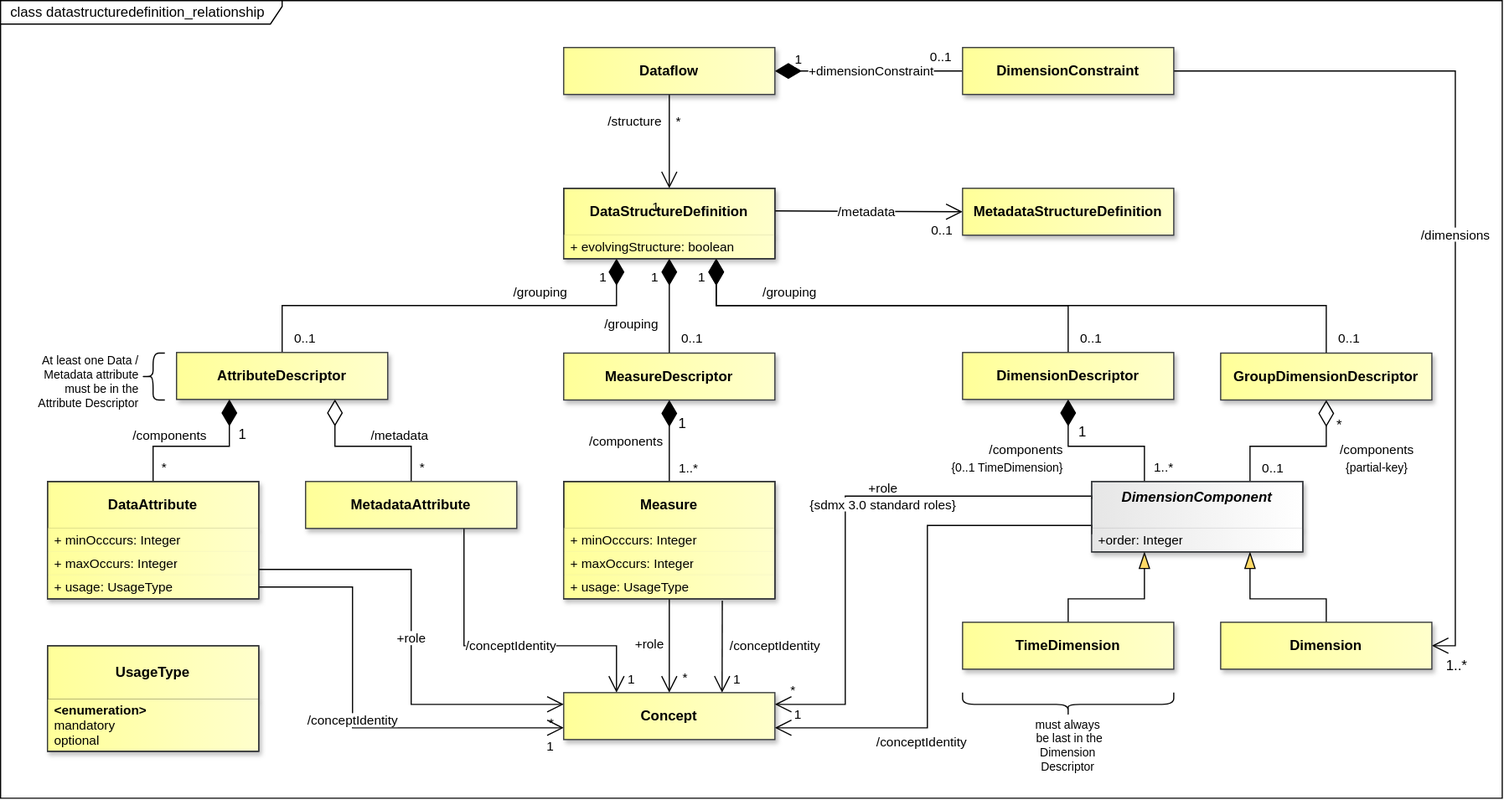
This is docs/information_model/media/sdmx_datastructure-datastructuredefinition_relationship.svg from sdmx-twg/sdmx-im, a draw.io export, as it was before one commit. Source tidied: cells renumbered, new cells last; positions are measured from the earlier drawing's top-left corner, leaving out a move shared by most shapes.
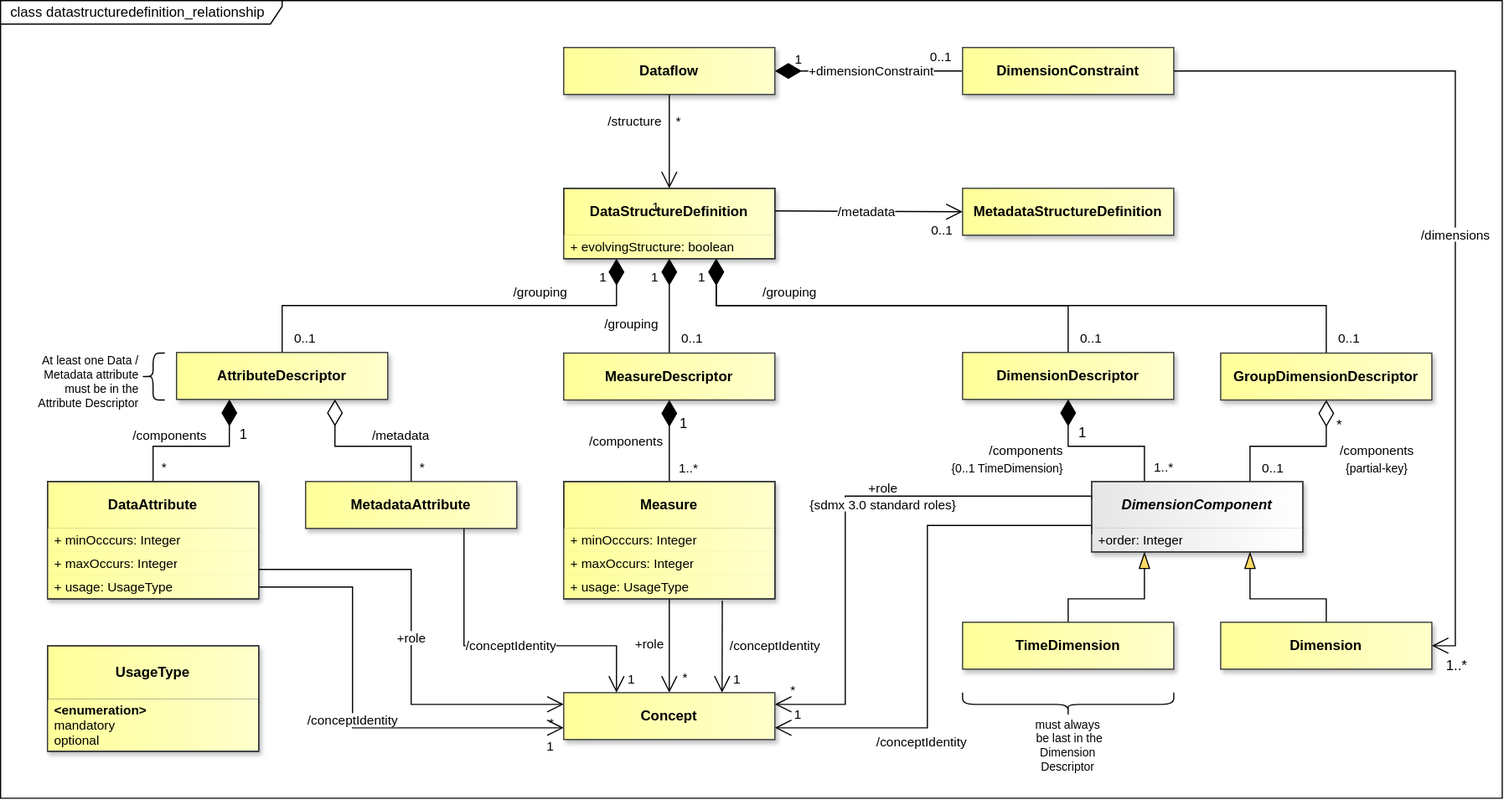
After the commit.

The edit, as a diff of the source:
```diff
@@ -78,7 +78,7 @@
     <mxCell id="25" value="+ usage: UsageType" style="text;strokeColor=none;fillColor=light-dark(#FFFF99,#FFFF99);align=left;verticalAlign=middle;spacingLeft=4;spacingRight=4;overflow=hidden;points=[[0,0.5],[1,0.5]];portConstraint=eastwest;whiteSpace=wrap;html=1;fontFamily=Helvetica;fontSize=11;fontColor=light-dark(#000000,#000000);gradientColor=light-dark(#FFFFCC,#FFFFCC);gradientDirection=east;shadow=1;" parent="22" vertex="1">
       <mxGeometry y="80" width="180" height="20" as="geometry" />
     </mxCell>
-    <mxCell id="26" value="DimensionComponent" style="swimlane;fontStyle=3;align=center;verticalAlign=top;horizontal=1;startSize=40;whiteSpace=wrap;html=1;strokeColor=#36393d;fontFamily=Helvetica;fontSize=12;fillColor=light-dark(#E6E6E6,#E6E6E6);gradientDirection=east;gradientColor=light-dark(#FFFFFF,#FFFFFF);fontColor=light-dark(#000000,#000000);shadow=1;" parent="1" vertex="1">
+    <mxCell id="26" value="DimensionComponent" style="swimlane;fontStyle=3;align=center;verticalAlign=middle;horizontal=1;startSize=40;whiteSpace=wrap;html=1;strokeColor=#36393d;fontFamily=Helvetica;fontSize=12;fillColor=light-dark(#E6E6E6,#E6E6E6);gradientDirection=east;gradientColor=light-dark(#FFFFFF,#FFFFFF);fontColor=light-dark(#000000,#000000);shadow=1;" parent="1" vertex="1">
       <mxGeometry x="930" y="410" width="180" height="60" as="geometry" />
     </mxCell>
     <mxCell id="27" value="+order: Integer" style="text;strokeColor=none;fillColor=light-dark(#E6E6E6,#E6E6E6);align=left;verticalAlign=middle;spacingLeft=4;spacingRight=4;overflow=hidden;whiteSpace=wrap;html=1;fontFamily=Helvetica;fontSize=11;fontColor=light-dark(#000000,#000000);fontStyle=0;gradientColor=light-dark(#FFFFFF,#FFFFFF);gradientDirection=east;shadow=1;" parent="26" vertex="1">
@@ -424,7 +424,7 @@
     <mxCell id="98" style="rounded=0;whiteSpace=wrap;html=1;fillColor=none;strokeColor=#36393D;" parent="1" vertex="1">
       <mxGeometry x="480" y="410" width="180" height="100" as="geometry" />
     </mxCell>
-    <mxCell id="99" style="rounded=0;whiteSpace=wrap;html=1;fillColor=none;strokeColor=#36393D;" parent="1" vertex="1">
+    <mxCell id="99" style="rounded=0;whiteSpace=wrap;html=1;fillColor=none;strokeColor=#36393D;verticalAlign=middle;" parent="1" vertex="1">
       <mxGeometry x="930" y="410" width="180" height="60" as="geometry" />
     </mxCell>
     <mxCell id="100" style="rounded=0;whiteSpace=wrap;html=1;fillColor=none;strokeColor=#36393D;" parent="1" vertex="1">
```
